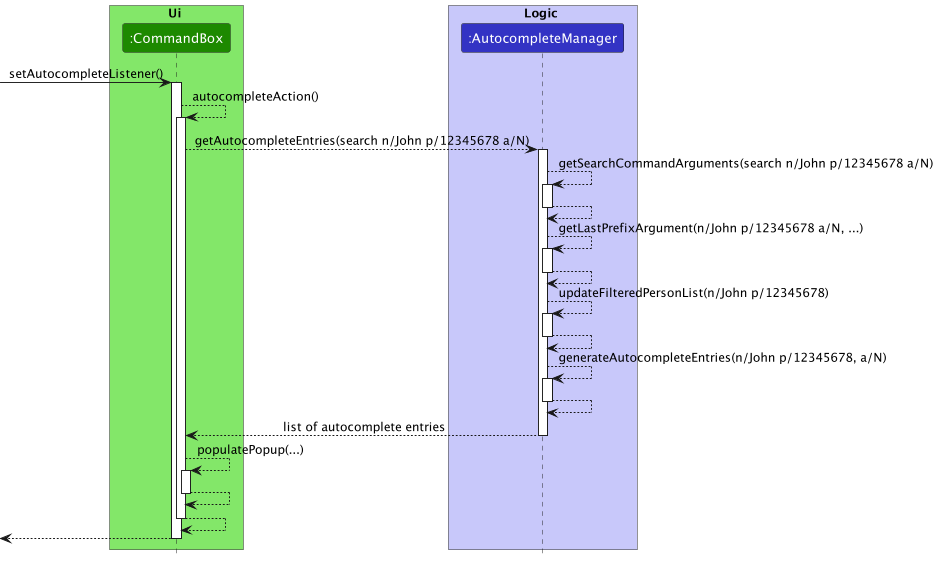
The PlantUML diagram docs/images/AutocompleteSequenceDiagram.png in nus-cs2103-AY2223S1/tp, before a commit.
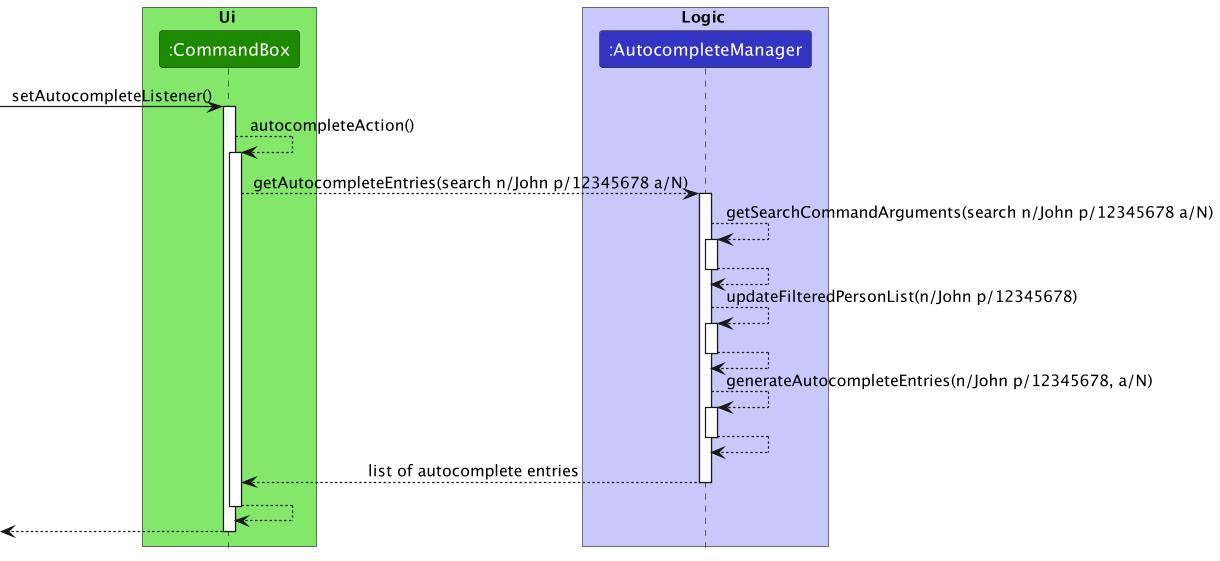
Above is the later version.

Change to the diagram source:
```diff
@@ -25,12 +25,6 @@
 AutocompleteManager --> AutocompleteManager
 deactivate AutocompleteManager
 
-AutocompleteManager --> AutocompleteManager : getLastPrefixArgument(n/John p/12345678 a/N, ...)
-activate AutocompleteManager
-
-AutocompleteManager --> AutocompleteManager
-deactivate AutocompleteManager
-
 AutocompleteManager --> AutocompleteManager : updateFilteredPersonList(n/John p/12345678)
 activate AutocompleteManager
 
@@ -46,12 +40,6 @@
 AutocompleteManager --> CommandBox : list of autocomplete entries
 deactivate AutocompleteManager
 
-CommandBox --> CommandBox : populatePopup(...)
-activate CommandBox
-
-CommandBox --> CommandBox
-deactivate CommandBox
-
 CommandBox --> CommandBox
 deactivate CommandBox
 
```
